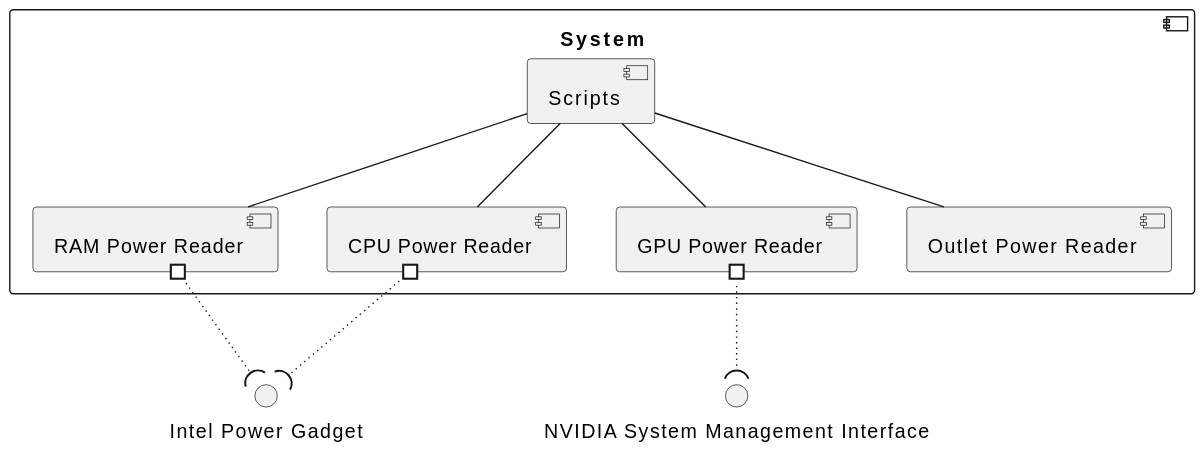
The PlantUML diagram out/doc/vistas/Vista_Logica_N2/Vista_Logica_N2.svg in rafaeldpsilva/process-energy-estimation, before a commit.
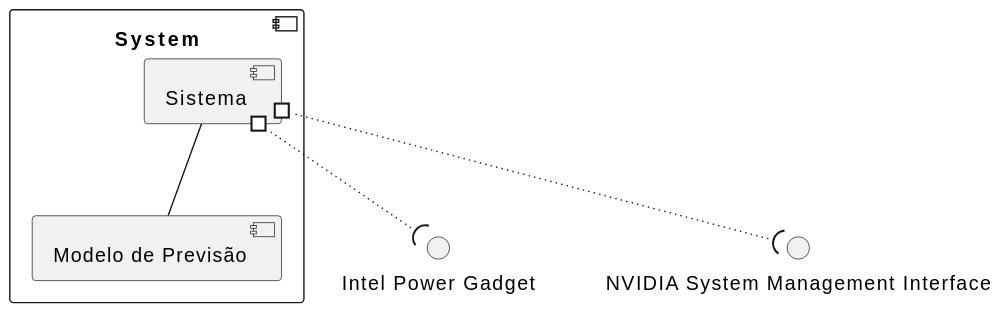
After the change.

Change to the diagram source:
```diff
@@ -1,21 +1,13 @@
 @startuml
 component System{
-    component Scripts
-    component "CPU Power Reader" as CPU
-    component "GPU Power Reader" as GPU
-    component "RAM Power Reader" as RAM
-    component "Outlet Power Reader" as OUT
+    component "Sistema" as SYS
+    component "Modelo de Previsão" as MOD
 }
 
 interface "Intel Power Gadget" as IPG
 interface "NVIDIA System Management Interface" as NSMI
 
-CPU #~~( IPG
-RAM #~~( IPG
-GPU #~~( NSMI
-
-Scripts -- CPU
-Scripts -- GPU
-Scripts -- RAM
-Scripts -- OUT
+SYS -- MOD
+SYS #~~( IPG
+SYS #~~( NSMI
 @enduml
```
